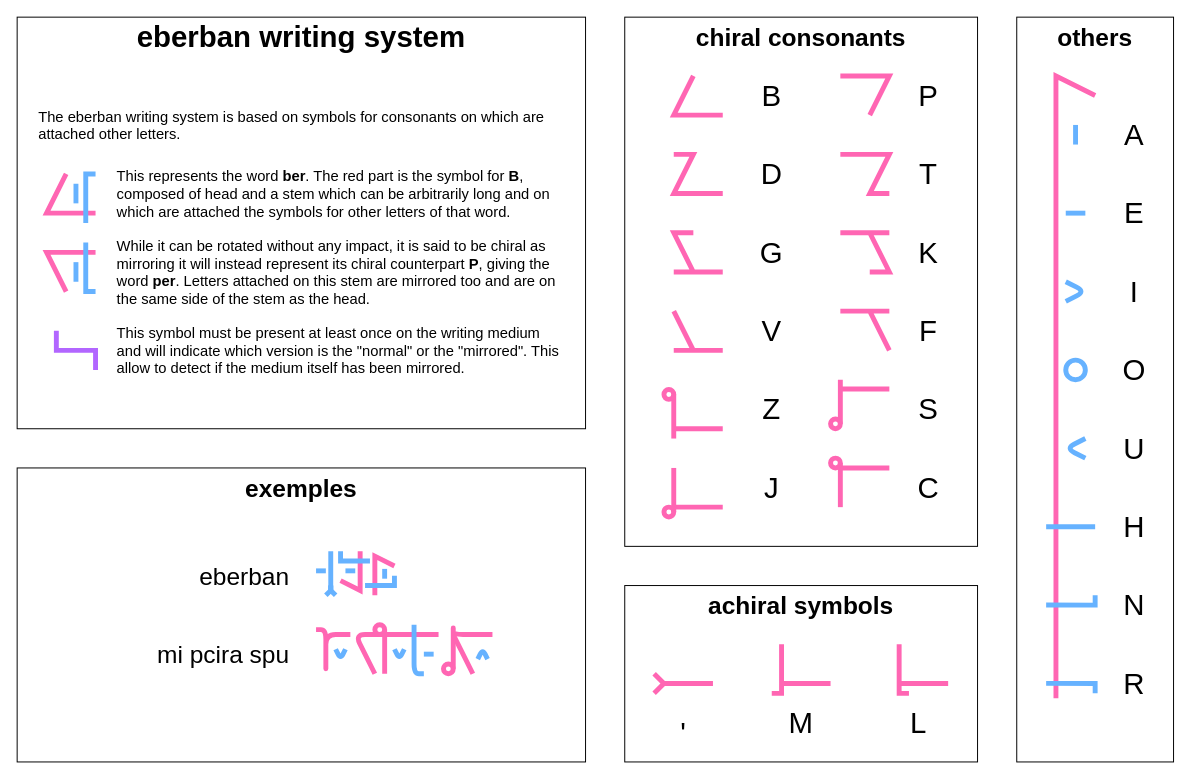
This is images/writing_system.drawio from eberban/eberban, a draw.io file, before an edit. Source tidied: cells renumbered, new cells numbered last; positions are measured from the earlier drawing's top-left corner, leaving out a move shared by most shapes. Both pictures are drawn from the tidied source at 98%, with x=0, y=0 at pixel (17, 17).
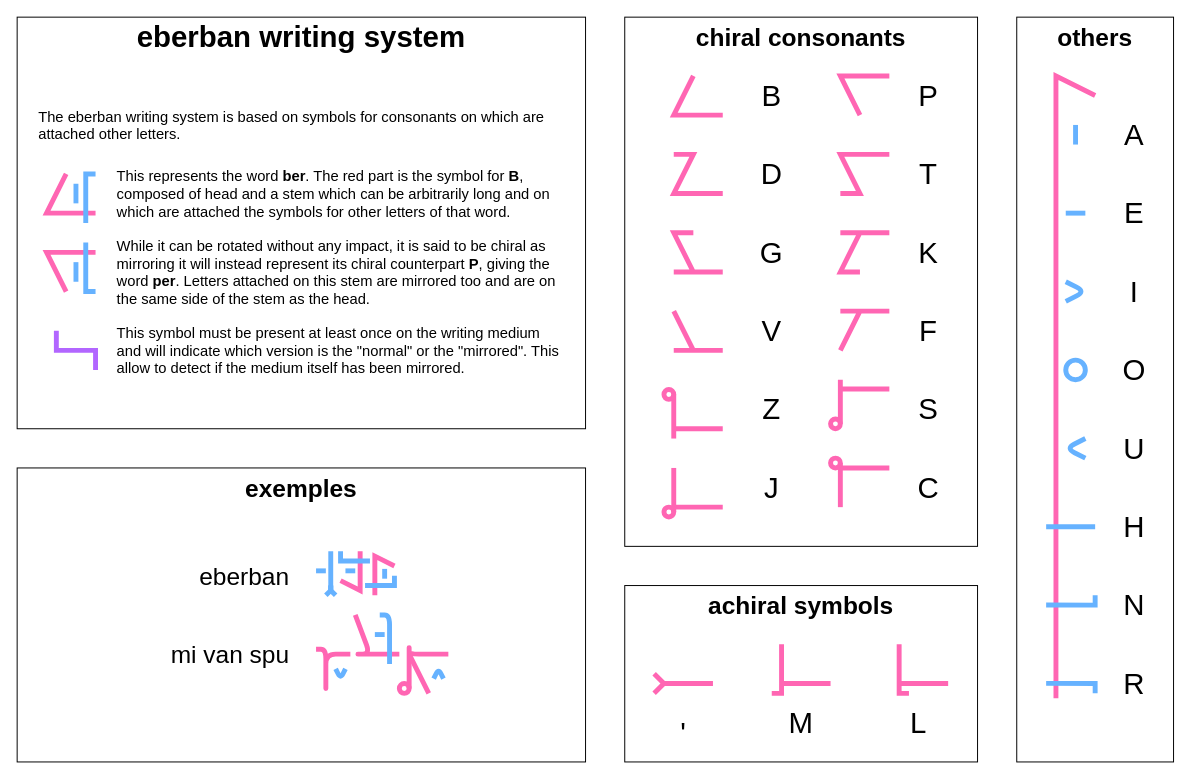
The same page after the edit.

Commit message (it also covers changes not shown here):
fix writing system mirroring typos + use utf8 in web pages

Change to the diagram source:
```diff
@@
     <mxCell id="65" style="endArrow=none;html=1;strokeColor=#FF66B3;strokeWidth=5;fontFamily=Rajdhani;fontSize=25;" parent="1" edge="1">
       <mxGeometry relative="1" as="geometry">
-        <mxPoint x="365" y="670" as="sourcePoint" />
-        <mxPoint x="430" y="630" as="targetPoint" />
+        <mxPoint x="345" y="610" as="sourcePoint" />
+        <mxPoint x="390" y="650" as="targetPoint" />
         <Array as="points">
-          <mxPoint x="345" y="630" />
+          <mxPoint x="360" y="650" />
+          <mxPoint x="345" y="650" />
         </Array>
       </mxGeometry>
     </mxCell>
-    <mxCell id="66" style="endArrow=none;html=1;strokeColor=#FF66B3;strokeWidth=5;fontFamily=Rajdhani;fontSize=25;entryX=1;entryY=0.5;entryDx=0;entryDy=0;" parent="1" edge="1" target="76">
-      <mxGeometry relative="1" as="geometry">
-        <mxPoint x="375" y="670" as="sourcePoint" />
-      </mxGeometry>
-    </mxCell>
-    <mxCell id="67" style="endArrow=none;html=1;strokeColor=#66B2FF;strokeWidth=5;fontFamily=Rajdhani;fontSize=25;" parent="1" edge="1">
-      <mxGeometry relative="1" as="geometry">
-        <mxPoint x="385" y="645" as="sourcePoint" />
-        <mxPoint x="395" y="645" as="targetPoint" />
-        <Array as="points">
-          <mxPoint x="390" y="655" />
-        </Array>
-      </mxGeometry>
-    </mxCell>
     <mxCell id="68" style="endArrow=none;html=1;strokeColor=#66B2FF;strokeWidth=5;fontFamily=Rajdhani;fontSize=25;" parent="1" edge="1">
       <mxGeometry relative="1" as="geometry">
-        <mxPoint x="405" y="620" as="sourcePoint" />
-        <mxPoint x="415" y="670" as="targetPoint" />
+        <mxPoint x="380" y="660" as="sourcePoint" />
+        <mxPoint x="370" y="610" as="targetPoint" />
         <Array as="points">
-          <mxPoint x="405" y="670" />
+          <mxPoint x="380" y="610" />
         </Array>
       </mxGeometry>
     </mxCell>
-    <mxCell id="69" style="endArrow=none;html=1;strokeColor=#66B2FF;strokeWidth=5;fontFamily=Rajdhani;fontSize=25;" parent="1" edge="1">
-      <mxGeometry relative="1" as="geometry">
-        <mxPoint x="415" y="650" as="sourcePoint" />
-        <mxPoint x="425" y="650" as="targetPoint" />
-      </mxGeometry>
-    </mxCell>
     <mxCell id="70" style="endArrow=none;html=1;strokeColor=#FF66B3;strokeWidth=5;fontFamily=Rajdhani;fontSize=25;exitX=1;exitY=0.5;exitDx=0;exitDy=0;" parent="1" edge="1" source="71">
       <mxGeometry relative="1" as="geometry">
-        <mxPoint x="485" y="630" as="targetPoint" />
+        <mxPoint x="440" y="650" as="targetPoint" />
         <Array as="points">
-          <mxPoint x="445" y="620" />
-          <mxPoint x="445" y="630" />
+          <mxPoint x="400" y="640" />
+          <mxPoint x="400" y="650" />
         </Array>
       </mxGeometry>
     </mxCell>
     <mxCell id="71" style="ellipse;whiteSpace=wrap;html=1;strokeColor=#FF66B3;strokeWidth=5;fillColor=none;fontFamily=Rajdhani;fontSize=25;align=center;" parent="1" vertex="1">
-      <mxGeometry x="435" y="660" width="10" height="10" as="geometry" />
+      <mxGeometry x="390" y="680" width="10" height="10" as="geometry" />
     </mxCell>
     <mxCell id="72" style="endArrow=none;html=1;strokeColor=#000000;strokeWidth=5;fontFamily=Rajdhani;fontSize=25;" parent="1" edge="1" target="71">
       <mxGeometry relative="1" as="geometry">
-        <mxPoint x="445" y="665" as="sourcePoint" />
+        <mxPoint x="400" y="685" as="sourcePoint" />
       </mxGeometry>
     </mxCell>
     <mxCell id="73" style="endArrow=none;html=1;strokeColor=#FF66B3;strokeWidth=5;fontFamily=Rajdhani;fontSize=25;" parent="1" edge="1">
       <mxGeometry relative="1" as="geometry">
-        <mxPoint x="445" y="630" as="sourcePoint" />
-        <mxPoint x="465" y="670" as="targetPoint" />
+        <mxPoint x="400" y="650" as="sourcePoint" />
+        <mxPoint x="420" y="690" as="targetPoint" />
       </mxGeometry>
     </mxCell>
     <mxCell id="74" style="endArrow=none;html=1;strokeColor=#66B2FF;strokeWidth=5;fontFamily=Rajdhani;fontSize=25;" parent="1" edge="1">
       <mxGeometry relative="1" as="geometry">
-        <mxPoint x="470" y="655" as="sourcePoint" />
-        <mxPoint x="480" y="655" as="targetPoint" />
+        <mxPoint x="425" y="675" as="sourcePoint" />
+        <mxPoint x="435" y="675" as="targetPoint" />
         <Array as="points">
-          <mxPoint x="475" y="645" />
+          <mxPoint x="430" y="665" />
         </Array>
       </mxGeometry>
     </mxCell>
-    <mxCell id="75" value="mi pcira spu" style="text;html=1;strokeColor=none;fillColor=none;align=right;verticalAlign=middle;whiteSpace=wrap;rounded=0;fontFamily=Rajdhani;fontSize=25;" parent="1" vertex="1">
+    <mxCell id="75" value="mi van spu" style="text;html=1;strokeColor=none;fillColor=none;align=right;verticalAlign=middle;whiteSpace=wrap;rounded=0;fontFamily=Rajdhani;fontSize=25;" parent="1" vertex="1">
       <mxGeometry x="95" y="620" width="185" height="60" as="geometry" />
     </mxCell>
-    <mxCell id="76" style="ellipse;whiteSpace=wrap;html=1;strokeColor=#FF66B3;strokeWidth=5;fillColor=none;fontFamily=Rajdhani;fontSize=25;align=center;" parent="1" vertex="1">
-      <mxGeometry x="365" y="620" width="10" height="10" as="geometry" />
-    </mxCell>
-    <mxCell id="77" style="endArrow=none;html=1;strokeColor=#FF66B3;strokeWidth=5;fontFamily=Rajdhani;fontSize=15;rounded=0;" parent="1" edge="1">
-      <mxGeometry relative="1" as="geometry">
-        <mxPoint x="840" y="60" as="sourcePoint" />
-        <mxPoint x="870" y="100" as="targetPoint" />
-        <Array as="points">
-          <mxPoint x="890" y="60" />
-        </Array>
-      </mxGeometry>
-    </mxCell>
-    <mxCell id="78" style="endArrow=none;html=1;strokeColor=#FF66B3;strokeWidth=5;fontFamily=Rajdhani;fontSize=15;rounded=0;" parent="1" edge="1">
-      <mxGeometry relative="1" as="geometry">
-        <mxPoint x="840" y="140" as="sourcePoint" />
-        <mxPoint x="890" y="180" as="targetPoint" />
-        <Array as="points">
-          <mxPoint x="890" y="140" />
-          <mxPoint x="870" y="180" />
-        </Array>
-      </mxGeometry>
-    </mxCell>
-    <mxCell id="79" style="endArrow=none;html=1;strokeColor=#FF66B3;strokeWidth=5;fontFamily=Rajdhani;fontSize=15;rounded=0;" parent="1" edge="1">
-      <mxGeometry relative="1" as="geometry">
-        <mxPoint x="840" y="220" as="sourcePoint" />
-        <mxPoint x="870" y="260" as="targetPoint" />
-        <Array as="points">
-          <mxPoint x="890" y="220" />
-          <mxPoint x="870" y="220" />
-          <mxPoint x="890" y="260" />
-        </Array>
-      </mxGeometry>
-    </mxCell>
-    <mxCell id="80" style="endArrow=none;html=1;strokeColor=#FF66B3;strokeWidth=5;fontFamily=Rajdhani;fontSize=15;rounded=0;" parent="1" edge="1">
-      <mxGeometry relative="1" as="geometry">
-        <mxPoint x="840" y="300" as="sourcePoint" />
-        <mxPoint x="890" y="340" as="targetPoint" />
-        <Array as="points">
-          <mxPoint x="890" y="300" />
-          <mxPoint x="870" y="300" />
-          <mxPoint x="890" y="340" />
-        </Array>
-      </mxGeometry>
-    </mxCell>
@@
     <mxCell id="92" style="endArrow=none;html=1;strokeColor=#FF66B3;strokeWidth=5;fontFamily=Rajdhani;fontSize=25;" parent="1" edge="1">
       <mxGeometry relative="1" as="geometry">
-        <mxPoint x="305" y="625" as="sourcePoint" />
-        <mxPoint x="340" y="630" as="targetPoint" />
+        <mxPoint x="305" y="645" as="sourcePoint" />
+        <mxPoint x="340" y="650" as="targetPoint" />
         <Array as="points">
-          <mxPoint x="315" y="625" />
-          <mxPoint x="315" y="670" />
-          <mxPoint x="315" y="630" />
+          <mxPoint x="315" y="645" />
+          <mxPoint x="315" y="690" />
+          <mxPoint x="315" y="650" />
         </Array>
       </mxGeometry>
     </mxCell>
     <mxCell id="93" style="endArrow=none;html=1;strokeColor=#66B2FF;strokeWidth=5;fontFamily=Rajdhani;fontSize=25;" parent="1" edge="1">
       <mxGeometry relative="1" as="geometry">
-        <mxPoint x="325" y="645" as="sourcePoint" />
-        <mxPoint x="335" y="645" as="targetPoint" />
+        <mxPoint x="325" y="665" as="sourcePoint" />
+        <mxPoint x="335" y="665" as="targetPoint" />
         <Array as="points">
-          <mxPoint x="330" y="655" />
+          <mxPoint x="330" y="675" />
         </Array>
       </mxGeometry>
     </mxCell>
@@
+    <mxCell id="104" style="endArrow=none;html=1;strokeColor=#FF66B3;strokeWidth=5;fontFamily=Rajdhani;fontSize=15;rounded=0;" parent="1" edge="1">
+      <mxGeometry relative="1" as="geometry">
+        <mxPoint x="860" y="100" as="sourcePoint" />
+        <mxPoint x="890" y="60" as="targetPoint" />
+        <Array as="points">
+          <mxPoint x="840" y="60" />
+        </Array>
+      </mxGeometry>
+    </mxCell>
+    <mxCell id="105" style="endArrow=none;html=1;strokeColor=#FF66B3;strokeWidth=5;fontFamily=Rajdhani;fontSize=15;rounded=0;" parent="1" edge="1">
+      <mxGeometry relative="1" as="geometry">
+        <mxPoint x="840" y="180" as="sourcePoint" />
+        <mxPoint x="890" y="140" as="targetPoint" />
+        <Array as="points">
+          <mxPoint x="860" y="180" />
+          <mxPoint x="840" y="140" />
+        </Array>
+      </mxGeometry>
+    </mxCell>
+    <mxCell id="106" style="endArrow=none;html=1;strokeColor=#FF66B3;strokeWidth=5;fontFamily=Rajdhani;fontSize=15;rounded=0;" parent="1" edge="1">
+      <mxGeometry relative="1" as="geometry">
+        <mxPoint x="860" y="260" as="sourcePoint" />
+        <mxPoint x="890" y="220" as="targetPoint" />
+        <Array as="points">
+          <mxPoint x="840" y="260" />
+          <mxPoint x="860" y="220" />
+          <mxPoint x="840" y="220" />
+        </Array>
+      </mxGeometry>
+    </mxCell>
+    <mxCell id="107" style="endArrow=none;html=1;strokeColor=#FF66B3;strokeWidth=5;fontFamily=Rajdhani;fontSize=15;rounded=0;" parent="1" edge="1">
+      <mxGeometry relative="1" as="geometry">
+        <mxPoint x="840" y="340" as="sourcePoint" />
+        <mxPoint x="890" y="300" as="targetPoint" />
+        <Array as="points">
+          <mxPoint x="860" y="300" />
+          <mxPoint x="840" y="300" />
+        </Array>
+      </mxGeometry>
+    </mxCell>
+    <mxCell id="108" style="endArrow=none;html=1;strokeColor=#66B2FF;strokeWidth=5;fontFamily=Rajdhani;fontSize=25;" parent="1" edge="1">
+      <mxGeometry relative="1" as="geometry">
+        <mxPoint x="375" y="630" as="sourcePoint" />
+        <mxPoint x="365" y="630" as="targetPoint" />
+      </mxGeometry>
+    </mxCell>
```
